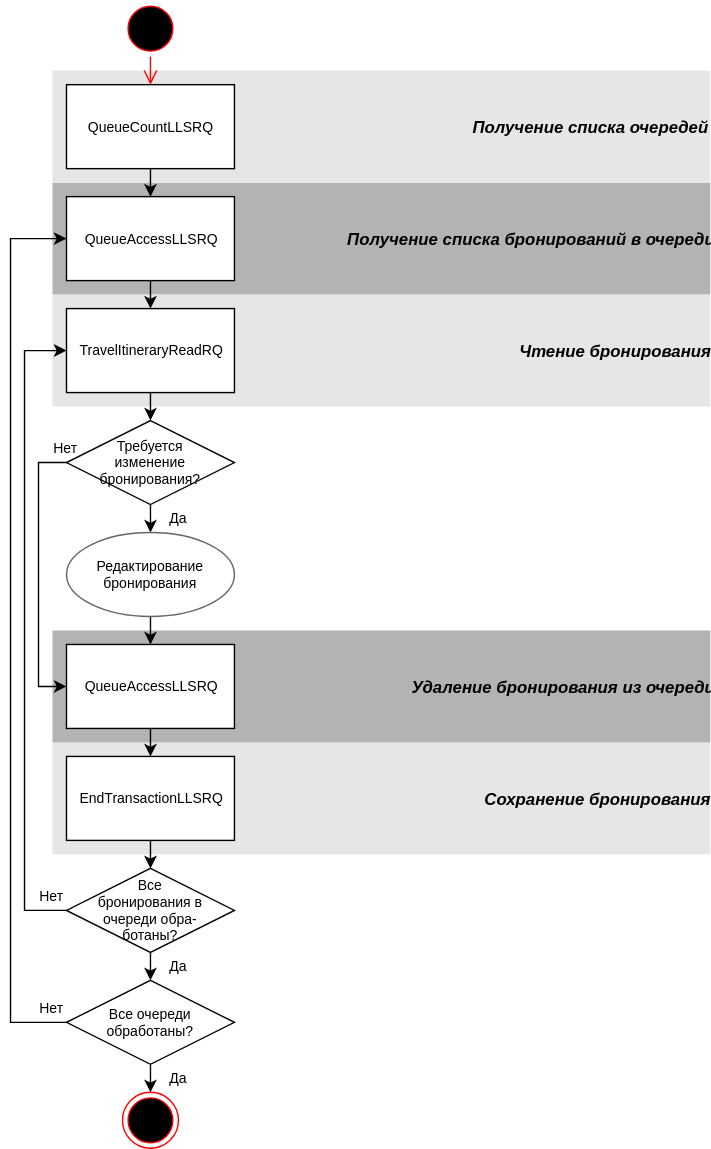
This is assets/svg/Queues/[RU]Queues-1[stateless].svg from andreypolyak/sabre-apis-ru, a draw.io export, as it was before one commit. Source tidied: cells renumbered, new cells last; positions are measured from the earlier drawing's top-left corner, leaving out a move shared by most shapes.
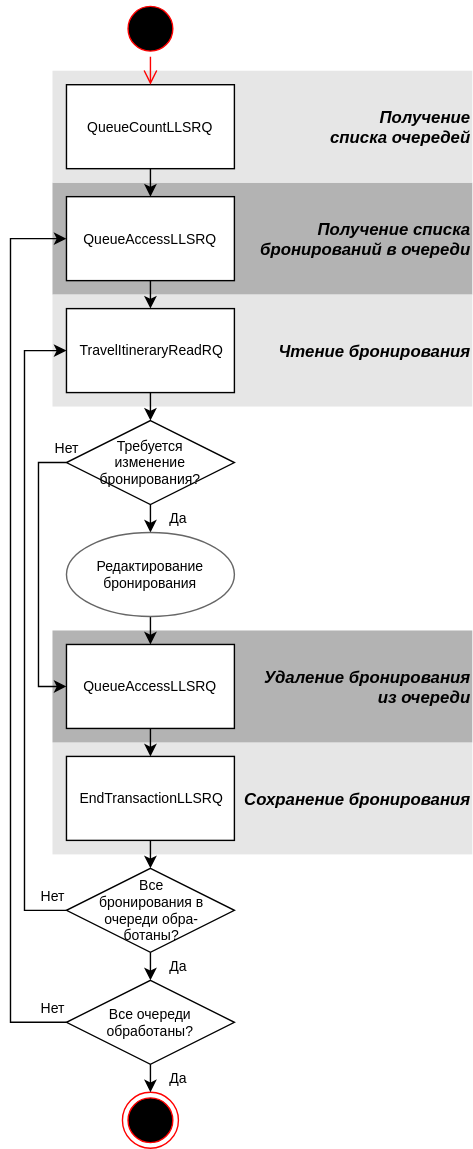
After the commit.

Change to the diagram source:
```diff
@@ -3,19 +3,19 @@
     <mxCell id="0" />
     <mxCell id="1" parent="0" />
     <mxCell id="2" value="&lt;span style=&quot;font-size: 12px&quot;&gt;&lt;b&gt;&lt;i&gt;Сохранение бронирования&lt;/i&gt;&lt;/b&gt;&lt;/span&gt;" style="whiteSpace=wrap;html=1;fillColor=#E6E6E6;fontSize=10;strokeColor=none;align=right;" parent="1" vertex="1">
-      <mxGeometry x="30" y="530" width="470" height="80" as="geometry" />
+      <mxGeometry x="30" y="530" width="300" height="80" as="geometry" />
     </mxCell>
-    <mxCell id="3" value="&lt;div style=&quot;text-align: right&quot;&gt;&lt;span style=&quot;font-size: 12px&quot;&gt;&lt;b&gt;&lt;i&gt;Получение списка бронирований в очереди&lt;/i&gt;&lt;/b&gt;&lt;/span&gt;&lt;/div&gt;" style="whiteSpace=wrap;html=1;fillColor=#B3B3B3;fontSize=10;strokeColor=none;align=right;" parent="1" vertex="1">
-      <mxGeometry x="30" y="130" width="470" height="80" as="geometry" />
+    <mxCell id="3" value="&lt;div style=&quot;text-align: right&quot;&gt;&lt;span style=&quot;font-size: 12px&quot;&gt;&lt;b&gt;&lt;i&gt;Получение списка&lt;/i&gt;&lt;/b&gt;&lt;/span&gt;&lt;/div&gt;&lt;div style=&quot;text-align: right&quot;&gt;&lt;span style=&quot;font-size: 12px&quot;&gt;&lt;b&gt;&lt;i&gt;бронирований в очереди&lt;/i&gt;&lt;/b&gt;&lt;/span&gt;&lt;/div&gt;" style="whiteSpace=wrap;html=1;fillColor=#B3B3B3;fontSize=10;strokeColor=none;align=right;" parent="1" vertex="1">
+      <mxGeometry x="30" y="130" width="300" height="80" as="geometry" />
     </mxCell>
-    <mxCell id="4" value="&lt;div style=&quot;text-align: right&quot;&gt;&lt;span&gt;&lt;b&gt;&lt;i&gt;&lt;font style=&quot;font-size: 12px&quot;&gt;Получение списка очередей&lt;/font&gt;&lt;/i&gt;&lt;/b&gt;&lt;/span&gt;&lt;br&gt;&lt;/div&gt;" style="whiteSpace=wrap;html=1;fillColor=#E6E6E6;fontSize=10;strokeColor=none;align=right;" parent="1" vertex="1">
-      <mxGeometry x="30" y="50" width="470" height="80" as="geometry" />
+    <mxCell id="4" value="&lt;div style=&quot;text-align: right&quot;&gt;&lt;span&gt;&lt;b&gt;&lt;i&gt;&lt;font style=&quot;font-size: 12px&quot;&gt;Получение&lt;/font&gt;&lt;/i&gt;&lt;/b&gt;&lt;/span&gt;&lt;/div&gt;&lt;div style=&quot;text-align: right&quot;&gt;&lt;span&gt;&lt;b&gt;&lt;i&gt;&lt;font style=&quot;font-size: 12px&quot;&gt;списка очередей&lt;/font&gt;&lt;/i&gt;&lt;/b&gt;&lt;/span&gt;&lt;br&gt;&lt;/div&gt;" style="whiteSpace=wrap;html=1;fillColor=#E6E6E6;fontSize=10;strokeColor=none;align=right;" parent="1" vertex="1">
+      <mxGeometry x="30" y="50" width="300" height="80" as="geometry" />
     </mxCell>
     <mxCell id="5" value="&lt;div style=&quot;text-align: right&quot;&gt;&lt;span style=&quot;font-size: 12px&quot;&gt;&lt;b&gt;&lt;i&gt;Чтение бронирования&lt;/i&gt;&lt;/b&gt;&lt;/span&gt;&lt;/div&gt;" style="whiteSpace=wrap;html=1;fillColor=#E6E6E6;fontSize=10;strokeColor=none;align=right;" parent="1" vertex="1">
-      <mxGeometry x="30" y="210" width="470" height="80" as="geometry" />
+      <mxGeometry x="30" y="210" width="300" height="80" as="geometry" />
     </mxCell>
-    <mxCell id="6" value="&lt;div style=&quot;text-align: right&quot;&gt;&lt;span style=&quot;font-size: 12px&quot;&gt;&lt;b&gt;&lt;i&gt;Удаление бронирования из очереди&lt;/i&gt;&lt;/b&gt;&lt;/span&gt;&lt;/div&gt;" style="whiteSpace=wrap;html=1;fillColor=#B3B3B3;fontSize=10;strokeColor=none;align=right;" parent="1" vertex="1">
-      <mxGeometry x="30" y="450" width="470" height="80" as="geometry" />
+    <mxCell id="6" value="&lt;div style=&quot;text-align: right&quot;&gt;&lt;span style=&quot;font-size: 12px&quot;&gt;&lt;b&gt;&lt;i&gt;Удаление&amp;nbsp;&lt;/i&gt;&lt;/b&gt;&lt;/span&gt;&lt;b style=&quot;font-size: 12px&quot;&gt;&lt;i&gt;бронирования&lt;/i&gt;&lt;/b&gt;&lt;/div&gt;&lt;div style=&quot;text-align: right&quot;&gt;&lt;b style=&quot;font-size: 12px&quot;&gt;&lt;i&gt;из очереди&lt;/i&gt;&lt;/b&gt;&lt;/div&gt;" style="whiteSpace=wrap;html=1;fillColor=#B3B3B3;fontSize=10;strokeColor=none;align=right;" parent="1" vertex="1">
+      <mxGeometry x="30" y="450" width="300" height="80" as="geometry" />
     </mxCell>
     <mxCell id="7" style="edgeStyle=orthogonalEdgeStyle;rounded=0;html=1;exitX=0.5;exitY=1;entryX=0.5;entryY=0;labelBackgroundColor=none;startArrow=none;startFill=0;endArrow=classic;endFill=1;jettySize=auto;fontSize=8;fontColor=#000000;" parent="1" edge="1" source="8" target="10">
       <mxGeometry relative="1" as="geometry" />
```
